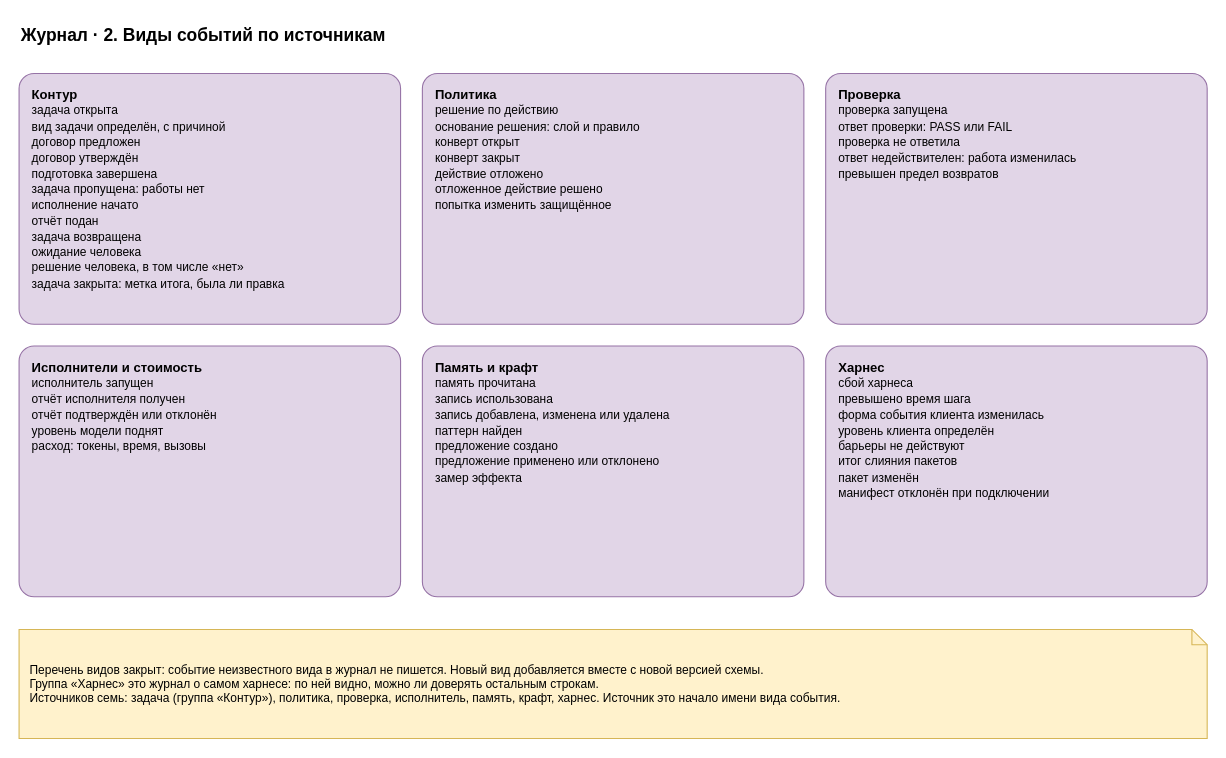
Before: page "16. Виды событий" (16 of 24) of docs/spec/harness-spec.drawio in roygkov/reins, a draw.io diagram. Source tidied: cells renumbered, new cells numbered last; positions are measured from the earlier drawing's top-left corner, leaving out a move shared by most shapes. Both pictures are drawn from the tidied source at 109%, with x=0, y=0 at pixel (19, 19).
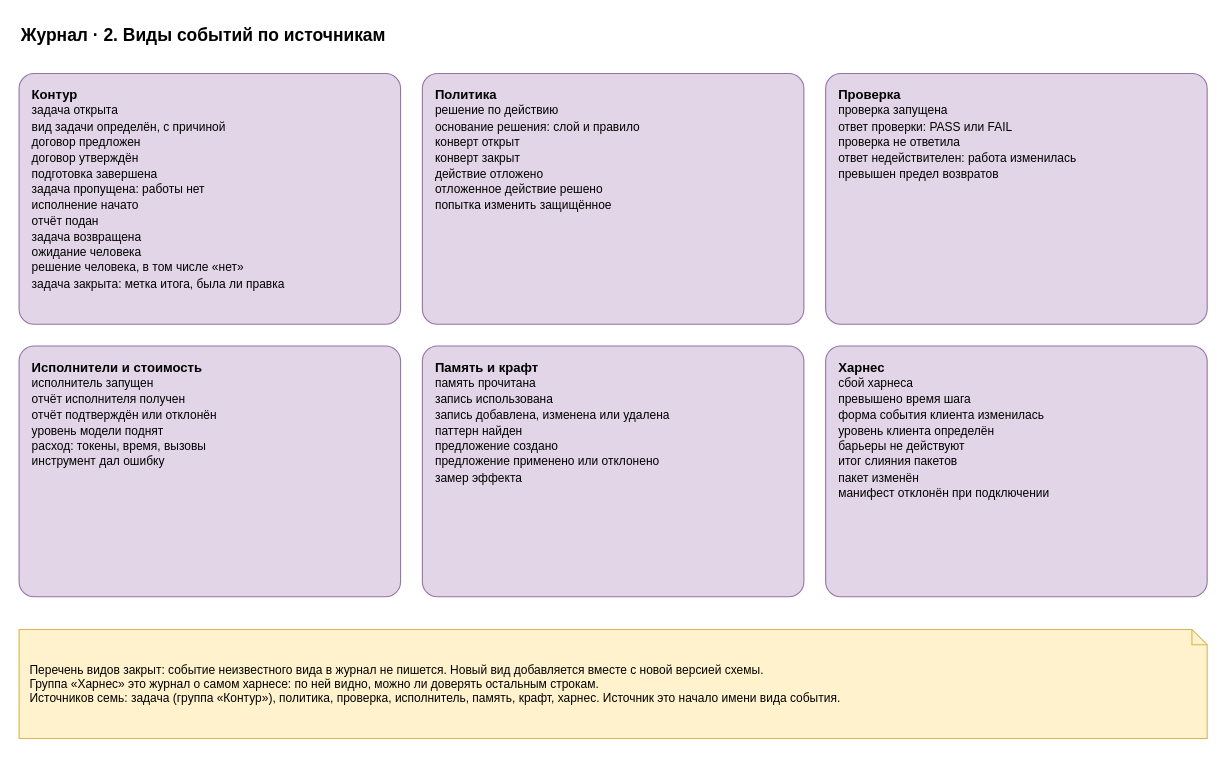
The same diagram, later.

What changed in the source:
```diff
@@
 <mxGraphModel>
   <root>
     <mxCell id="0" />
     <mxCell id="1" parent="0" />
     <mxCell id="2" value="Журнал · 2. Виды событий по источникам" style="text;html=1;align=left;verticalAlign=middle;whiteSpace=wrap;fontSize=16;strokeColor=none;fillColor=none;fontStyle=1;" parent="1" vertex="1">
       <mxGeometry width="900" height="30" as="geometry" />
     </mxCell>
     <mxCell id="3" value="&lt;b&gt;Контур&lt;/b&gt;&lt;br&gt;&lt;font style=&quot;font-size:11px&quot;&gt;задача открыта&lt;br&gt;вид задачи определён, с причиной&lt;br&gt;договор предложен&lt;br&gt;договор утверждён&lt;br&gt;подготовка завершена&lt;br&gt;задача пропущена: работы нет&lt;br&gt;исполнение начато&lt;br&gt;отчёт подан&lt;br&gt;задача возвращена&lt;br&gt;ожидание человека&lt;br&gt;решение человека, в том числе «нет»&lt;br&gt;задача закрыта: метка итога, была ли правка&lt;/font&gt;" style="rounded=1;whiteSpace=wrap;html=1;fillColor=#e1d5e7;strokeColor=#9673a6;arcSize=6;align=left;verticalAlign=top;spacingLeft=10;spacingTop=6;spacingRight=6;" parent="1" vertex="1">
       <mxGeometry y="50" width="350" height="230" as="geometry" />
     </mxCell>
     <mxCell id="4" value="&lt;b&gt;Политика&lt;/b&gt;&lt;br&gt;&lt;font style=&quot;font-size:11px&quot;&gt;решение по действию&lt;br&gt;основание решения: слой и правило&lt;br&gt;конверт открыт&lt;br&gt;конверт закрыт&lt;br&gt;действие отложено&lt;br&gt;отложенное действие решено&lt;br&gt;попытка изменить защищённое&lt;/font&gt;" style="rounded=1;whiteSpace=wrap;html=1;fillColor=#e1d5e7;strokeColor=#9673a6;arcSize=6;align=left;verticalAlign=top;spacingLeft=10;spacingTop=6;spacingRight=6;" parent="1" vertex="1">
       <mxGeometry x="370" y="50" width="350" height="230" as="geometry" />
     </mxCell>
     <mxCell id="5" value="&lt;b&gt;Проверка&lt;/b&gt;&lt;br&gt;&lt;font style=&quot;font-size:11px&quot;&gt;проверка запущена&lt;br&gt;ответ проверки: PASS или FAIL&lt;br&gt;проверка не ответила&lt;br&gt;ответ недействителен: работа изменилась&lt;br&gt;превышен предел возвратов&lt;/font&gt;" style="rounded=1;whiteSpace=wrap;html=1;fillColor=#e1d5e7;strokeColor=#9673a6;arcSize=6;align=left;verticalAlign=top;spacingLeft=10;spacingTop=6;spacingRight=6;" parent="1" vertex="1">
       <mxGeometry x="740" y="50" width="350" height="230" as="geometry" />
     </mxCell>
-    <mxCell id="6" value="&lt;b&gt;Исполнители и стоимость&lt;/b&gt;&lt;br&gt;&lt;font style=&quot;font-size:11px&quot;&gt;исполнитель запущен&lt;br&gt;отчёт исполнителя получен&lt;br&gt;отчёт подтверждён или отклонён&lt;br&gt;уровень модели поднят&lt;br&gt;расход: токены, время, вызовы&lt;/font&gt;" style="rounded=1;whiteSpace=wrap;html=1;fillColor=#e1d5e7;strokeColor=#9673a6;arcSize=6;align=left;verticalAlign=top;spacingLeft=10;spacingTop=6;spacingRight=6;" parent="1" vertex="1">
+    <mxCell id="6" value="&lt;b&gt;Исполнители и стоимость&lt;/b&gt;&lt;br&gt;&lt;font style=&quot;font-size:11px&quot;&gt;исполнитель запущен&lt;br&gt;отчёт исполнителя получен&lt;br&gt;отчёт подтверждён или отклонён&lt;br&gt;уровень модели поднят&lt;br&gt;расход: токены, время, вызовы&lt;br&gt;инструмент дал ошибку&lt;/font&gt;" style="rounded=1;whiteSpace=wrap;html=1;fillColor=#e1d5e7;strokeColor=#9673a6;arcSize=6;align=left;verticalAlign=top;spacingLeft=10;spacingTop=6;spacingRight=6;" parent="1" vertex="1">
       <mxGeometry y="300" width="350" height="230" as="geometry" />
     </mxCell>
     <mxCell id="7" value="&lt;b&gt;Память и крафт&lt;/b&gt;&lt;br&gt;&lt;font style=&quot;font-size:11px&quot;&gt;память прочитана&lt;br&gt;запись использована&lt;br&gt;запись добавлена, изменена или удалена&lt;br&gt;паттерн найден&lt;br&gt;предложение создано&lt;br&gt;предложение применено или отклонено&lt;br&gt;замер эффекта&lt;/font&gt;" style="rounded=1;whiteSpace=wrap;html=1;fillColor=#e1d5e7;strokeColor=#9673a6;arcSize=6;align=left;verticalAlign=top;spacingLeft=10;spacingTop=6;spacingRight=6;" parent="1" vertex="1">
       <mxGeometry x="370" y="300" width="350" height="230" as="geometry" />
     </mxCell>
     <mxCell id="8" value="&lt;b&gt;Харнес&lt;/b&gt;&lt;br&gt;&lt;font style=&quot;font-size:11px&quot;&gt;сбой харнеса&lt;br&gt;превышено время шага&lt;br&gt;форма события клиента изменилась&lt;br&gt;уровень клиента определён&lt;br&gt;барьеры не действуют&lt;br&gt;итог слияния пакетов&lt;br&gt;пакет изменён&lt;br&gt;манифест отклонён при подключении&lt;/font&gt;" style="rounded=1;whiteSpace=wrap;html=1;fillColor=#e1d5e7;strokeColor=#9673a6;arcSize=6;align=left;verticalAlign=top;spacingLeft=10;spacingTop=6;spacingRight=6;" parent="1" vertex="1">
       <mxGeometry x="740" y="300" width="350" height="230" as="geometry" />
     </mxCell>
     <mxCell id="9" value="Перечень видов закрыт: событие неизвестного вида в журнал не пишется. Новый вид добавляется вместе с новой версией схемы.&lt;br&gt;Группа «Харнес» это журнал о самом харнесе: по ней видно, можно ли доверять остальным строкам.&lt;br&gt;Источников семь: задача (группа «Контур»), политика, проверка, исполнитель, память, крафт, харнес. Источник это начало имени вида события." style="shape=note;whiteSpace=wrap;html=1;backgroundOutline=1;size=14;fillColor=#fff2cc;strokeColor=#d6b656;align=left;spacingLeft=8;spacingRight=8;fontSize=11;" parent="1" vertex="1">
       <mxGeometry y="560" width="1090" height="100" as="geometry" />
     </mxCell>
   </root>
 </mxGraphModel>
```
